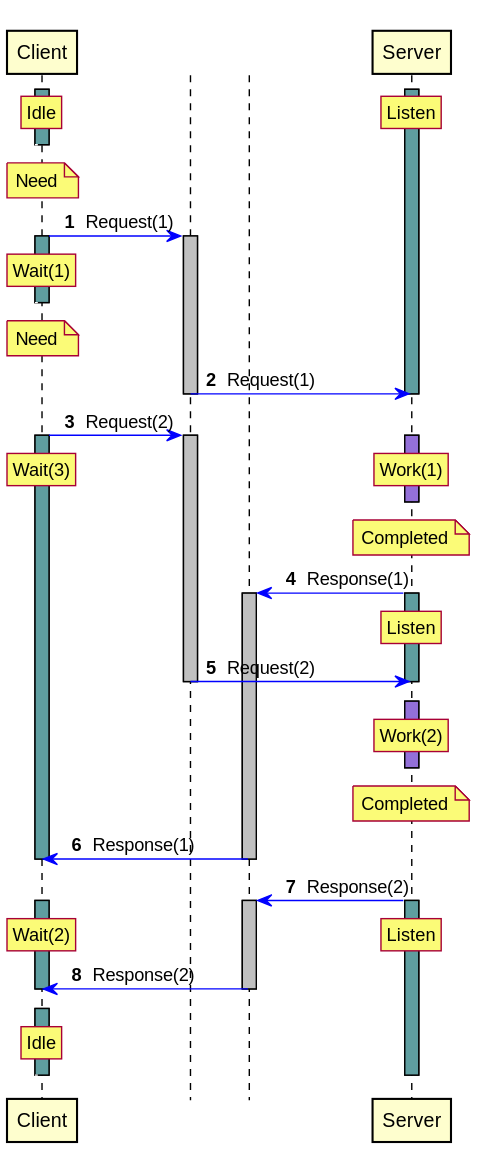
Above: tests/expected/test_ordered_client_server/sequence.svg in orenbenkiki/total-space (PlantUML), before the change.
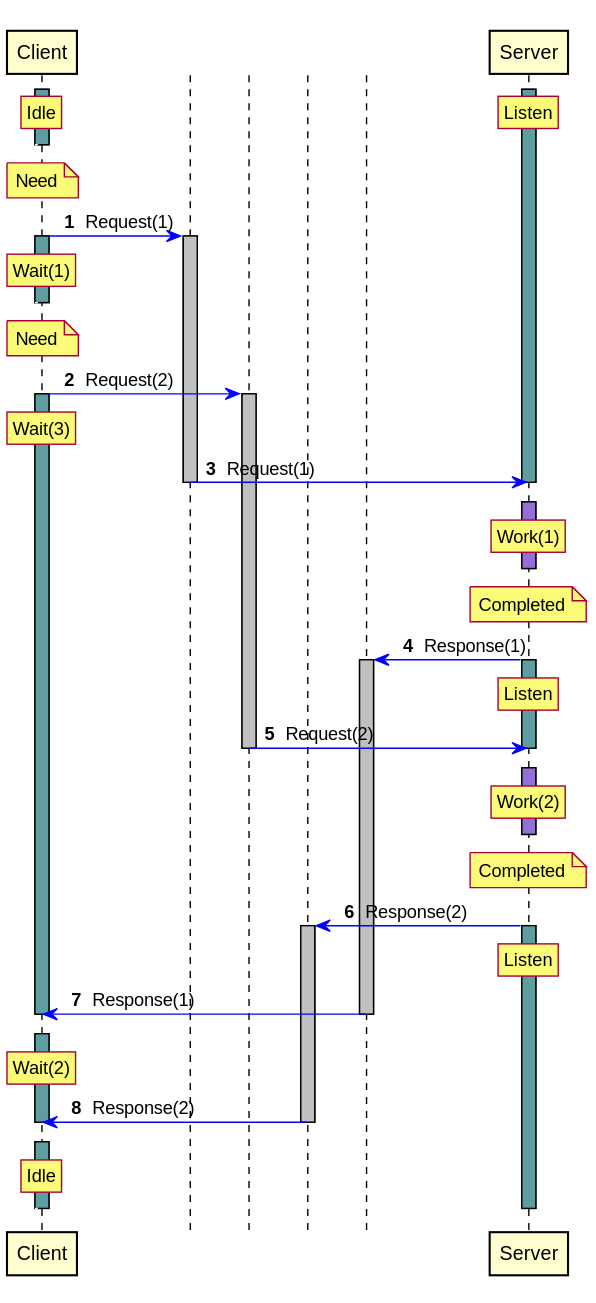
Later version of the same file.

The edit, as a diff of the source:
```diff
@@ -31,27 +31,31 @@
 autonumber resume
 deactivate A0
 note over A0 : Need
+control " " as T1 order 10102
+A0 -[#Blue]> T1 : Request(2)
+activate T1 #Silver
+activate A0 #CadetBlue
+rnote over A0 : Wait(3)
 T0 -[#Blue]> A1 : Request(1)
 deactivate T0
 deactivate A1
-A0 -[#Blue]> T0 : Request(2)
-activate T0 #Silver
-activate A0 #CadetBlue
+autonumber stop
+[<[#White]-- A0
+autonumber resume
 activate A1 #MediumPurple
-rnote over A0 : Wait(3)
-/ rnote over A1 : Work(1)
+rnote over A1 : Work(1)
 autonumber stop
 [<[#White]-- A0
 autonumber resume
 deactivate A1
 note over A1 : Completed
-control " " as T1 order 10199
-A1 -[#Blue]> T1 : Response(1)
-activate T1 #Silver
+control " " as T2 order 10199
+A1 -[#Blue]> T2 : Response(1)
+activate T2 #Silver
 activate A1 #CadetBlue
 rnote over A1 : Listen
-T0 -[#Blue]> A1 : Request(2)
-deactivate T0
+T1 -[#Blue]> A1 : Request(2)
+deactivate T1
 deactivate A1
 autonumber stop
 [<[#White]-- A0
@@ -63,17 +67,21 @@
 autonumber resume
 deactivate A1
 note over A1 : Completed
-T1 -[#Blue]> A0 : Response(1)
-deactivate T1
+control " " as T3 order 10198
+A1 -[#Blue]> T3 : Response(2)
+activate T3 #Silver
+activate A1 #CadetBlue
+rnote over A1 : Listen
+T2 -[#Blue]> A0 : Response(1)
+deactivate T2
 deactivate A0
-A1 -[#Blue]> T1 : Response(2)
-activate T1 #Silver
-activate A1 #CadetBlue
+autonumber stop
+[<[#White]-- A0
+autonumber resume
 activate A0 #CadetBlue
-rnote over A1 : Listen
-/ rnote over A0 : Wait(2)
-T1 -[#Blue]> A0 : Response(2)
-deactivate T1
+rnote over A0 : Wait(2)
+T3 -[#Blue]> A0 : Response(2)
+deactivate T3
 deactivate A0
 autonumber stop
 [<[#White]-- A0
```
